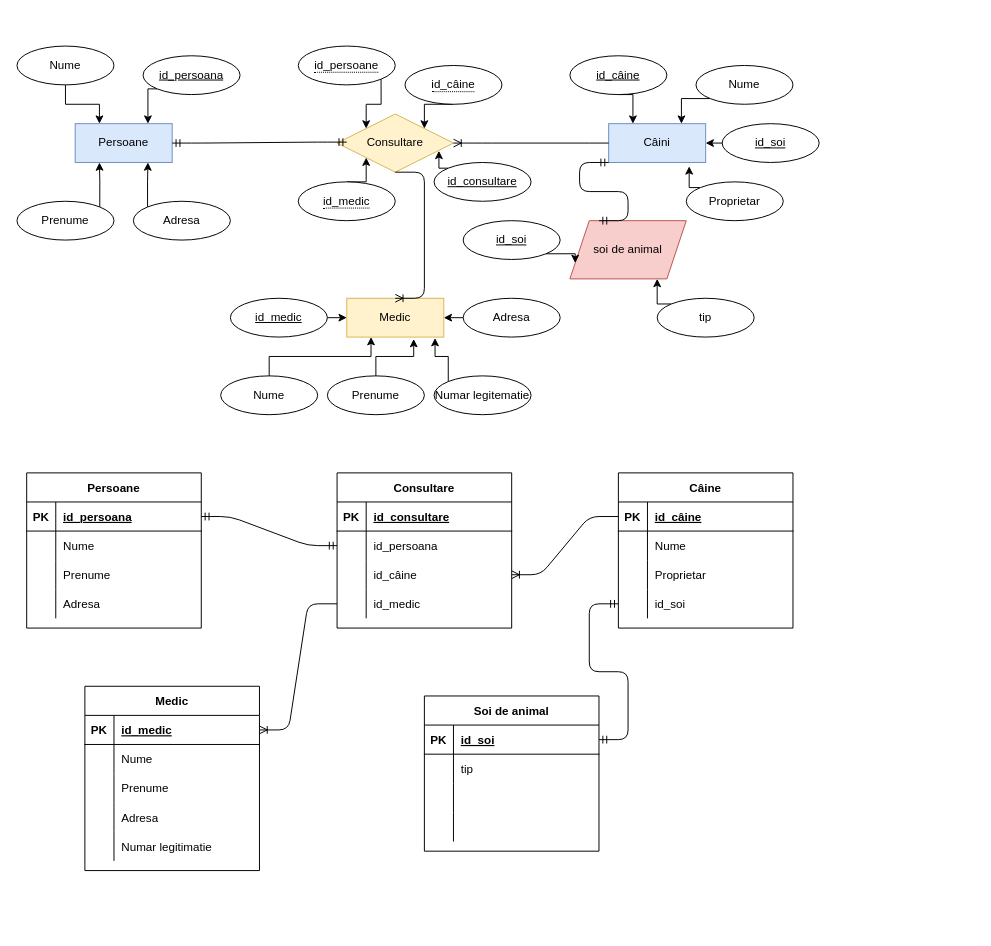
The draw.io diagram Laboratoare/Laborator 1/Ex 3/Ex 3.drawio in 0ndrei/Gestiunea-informa-iei, before the edit. Source tidied: cells renumbered, new cells numbered last; positions are measured from the earlier drawing's top-left corner, leaving out a move shared by most shapes. Both pictures are drawn from the tidied source at 97%, with x=0, y=0 at pixel (16, 46).
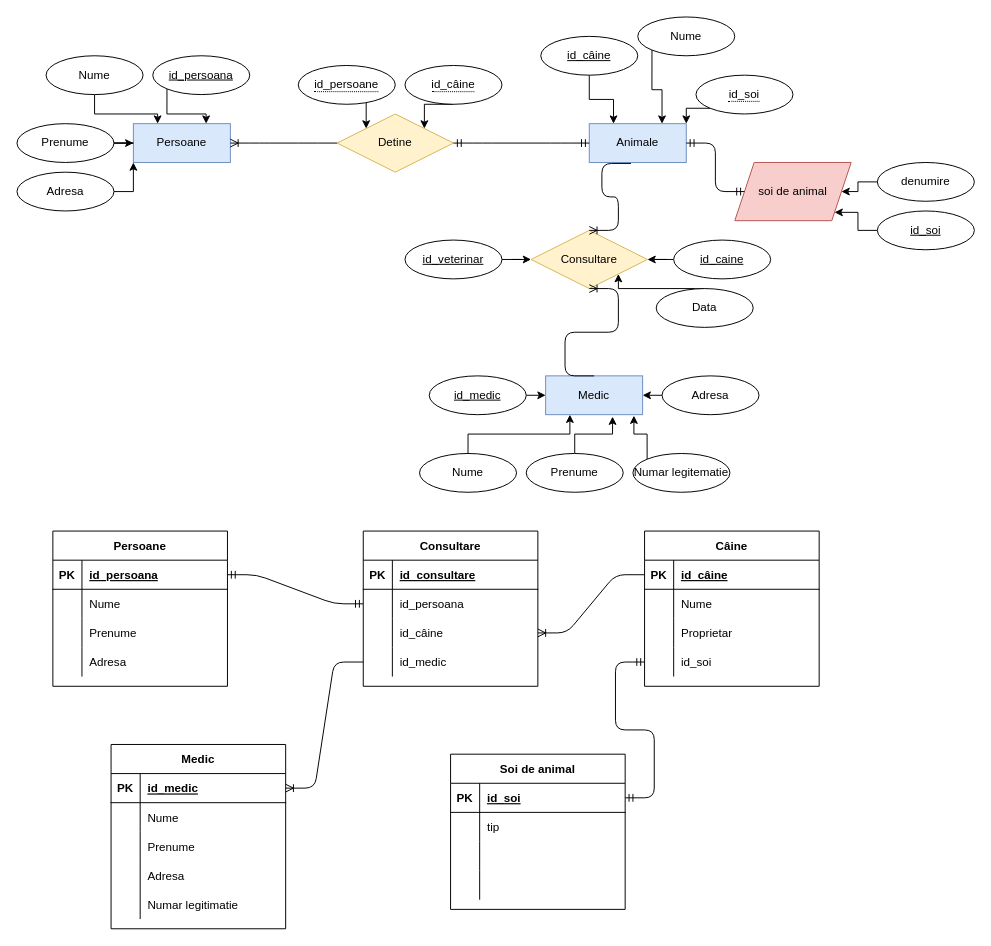
Above is the later version.

Change to the diagram source:
```diff
@@
     <mxCell id="2" value="Persoane" style="whiteSpace=wrap;html=1;align=center;fillColor=#dae8fc;strokeColor=#6c8ebf;" parent="1" vertex="1">
-      <mxGeometry x="60" y="80" width="100" height="40" as="geometry" />
+      <mxGeometry x="120" y="80" width="100" height="40" as="geometry" />
     </mxCell>
-    <mxCell id="3" value="Câini" style="whiteSpace=wrap;html=1;align=center;fillColor=#dae8fc;strokeColor=#6c8ebf;" parent="1" vertex="1">
-      <mxGeometry x="610" y="80" width="100" height="40" as="geometry" />
+    <mxCell id="3" value="Animale" style="whiteSpace=wrap;html=1;align=center;fillColor=#dae8fc;strokeColor=#6c8ebf;" parent="1" vertex="1">
+      <mxGeometry x="590" y="80" width="100" height="40" as="geometry" />
     </mxCell>
@@
     <mxCell id="5" value="id_persoana" style="ellipse;whiteSpace=wrap;html=1;align=center;fontStyle=4;" parent="1" vertex="1">
-      <mxGeometry x="130" y="10" width="100" height="40" as="geometry" />
+      <mxGeometry x="140" y="10" width="100" height="40" as="geometry" />
     </mxCell>
@@
     <mxCell id="7" value="Nume" style="ellipse;whiteSpace=wrap;html=1;align=center;" parent="1" vertex="1">
-      <mxGeometry width="100" height="40" as="geometry" />
+      <mxGeometry x="30" y="10" width="100" height="40" as="geometry" />
     </mxCell>
-    <mxCell id="8" style="edgeStyle=orthogonalEdgeStyle;rounded=0;jettySize=auto;html=1;exitX=1;exitY=0;exitDx=0;exitDy=0;entryX=0.25;entryY=1;entryDx=0;entryDy=0;" parent="1" edge="1" source="9" target="2">
+    <mxCell id="8" style="edgeStyle=orthogonalEdgeStyle;rounded=0;jettySize=auto;html=1;entryX=0;entryY=0.5;entryDx=0;entryDy=0;" parent="1" edge="1" source="9" target="2">
       <mxGeometry relative="1" as="geometry" />
     </mxCell>
     <mxCell id="9" value="Prenume" style="ellipse;whiteSpace=wrap;html=1;align=center;" parent="1" vertex="1">
-      <mxGeometry y="160" width="100" height="40" as="geometry" />
+      <mxGeometry y="80" width="100" height="40" as="geometry" />
     </mxCell>
-    <mxCell id="10" style="edgeStyle=orthogonalEdgeStyle;rounded=0;jettySize=auto;html=1;exitX=0;exitY=0;exitDx=0;exitDy=0;entryX=0.75;entryY=1;entryDx=0;entryDy=0;" parent="1" edge="1" source="11" target="2">
+    <mxCell id="10" style="edgeStyle=orthogonalEdgeStyle;rounded=0;jettySize=auto;html=1;entryX=0;entryY=1;entryDx=0;entryDy=0;" parent="1" edge="1" source="11" target="2">
       <mxGeometry relative="1" as="geometry" />
     </mxCell>
     <mxCell id="11" value="Adresa" style="ellipse;whiteSpace=wrap;html=1;align=center;" parent="1" vertex="1">
-      <mxGeometry x="120" y="160" width="100" height="40" as="geometry" />
+      <mxGeometry y="130" width="100" height="40" as="geometry" />
     </mxCell>
@@
     <mxCell id="13" value="id_câine" style="ellipse;whiteSpace=wrap;html=1;align=center;fontStyle=4;" parent="1" vertex="1">
-      <mxGeometry x="570" y="10" width="100" height="40" as="geometry" />
+      <mxGeometry x="540" y="-10" width="100" height="40" as="geometry" />
     </mxCell>
@@
     <mxCell id="15" value="Nume" style="ellipse;whiteSpace=wrap;html=1;align=center;" parent="1" vertex="1">
-      <mxGeometry x="700" y="20" width="100" height="40" as="geometry" />
+      <mxGeometry x="640" y="-30" width="100" height="40" as="geometry" />
     </mxCell>
-    <mxCell id="16" style="edgeStyle=orthogonalEdgeStyle;rounded=0;jettySize=auto;html=1;exitX=0;exitY=0;exitDx=0;exitDy=0;entryX=0.83;entryY=1.1;entryDx=0;entryDy=0;entryPerimeter=0;" parent="1" edge="1" source="17" target="3">
-      <mxGeometry relative="1" as="geometry" />
-    </mxCell>
-    <mxCell id="17" value="Proprietar" style="ellipse;whiteSpace=wrap;html=1;align=center;" parent="1" vertex="1">
-      <mxGeometry x="690" y="140" width="100" height="40" as="geometry" />
-    </mxCell>
-    <mxCell id="18" value="Medic" style="whiteSpace=wrap;html=1;align=center;fillColor=#fff2cc;strokeColor=#d6b656;" parent="1" vertex="1">
-      <mxGeometry x="340" y="260" width="100" height="40" as="geometry" />
+    <mxCell id="18" value="Medic" style="whiteSpace=wrap;html=1;align=center;fillColor=#dae8fc;strokeColor=#6c8ebf;" parent="1" vertex="1">
+      <mxGeometry x="545" y="340" width="100" height="40" as="geometry" />
     </mxCell>
@@
     <mxCell id="20" value="id_medic" style="ellipse;whiteSpace=wrap;html=1;align=center;fontStyle=4;" parent="1" vertex="1">
-      <mxGeometry x="220" y="260" width="100" height="40" as="geometry" />
+      <mxGeometry x="425" y="340" width="100" height="40" as="geometry" />
     </mxCell>
@@
     <mxCell id="22" value="Prenume" style="ellipse;whiteSpace=wrap;html=1;align=center;" parent="1" vertex="1">
-      <mxGeometry x="320" y="340" width="100" height="40" as="geometry" />
+      <mxGeometry x="525" y="420" width="100" height="40" as="geometry" />
     </mxCell>
@@
     <mxCell id="24" value="Adresa" style="ellipse;whiteSpace=wrap;html=1;align=center;" parent="1" vertex="1">
-      <mxGeometry x="460" y="260" width="100" height="40" as="geometry" />
+      <mxGeometry x="665" y="340" width="100" height="40" as="geometry" />
     </mxCell>
@@
     <mxCell id="26" value="Nume" style="ellipse;whiteSpace=wrap;html=1;align=center;" parent="1" vertex="1">
-      <mxGeometry x="210" y="340" width="100" height="40" as="geometry" />
+      <mxGeometry x="415" y="420" width="100" height="40" as="geometry" />
     </mxCell>
-    <mxCell id="27" value="Consultare" style="shape=rhombus;perimeter=rhombusPerimeter;whiteSpace=wrap;html=1;align=center;fillColor=#fff2cc;strokeColor=#d6b656;" parent="1" vertex="1">
+    <mxCell id="27" value="Detine" style="shape=rhombus;perimeter=rhombusPerimeter;whiteSpace=wrap;html=1;align=center;fillColor=#fff2cc;strokeColor=#d6b656;" parent="1" vertex="1">
       <mxGeometry x="330" y="70" width="120" height="60" as="geometry" />
     </mxCell>
-    <mxCell id="28" style="edgeStyle=entityRelationEdgeStyle;fontSize=12;html=1;endArrow=ERoneToMany;exitX=0;exitY=0.5;exitDx=0;exitDy=0;entryX=1;entryY=0.5;entryDx=0;entryDy=0;" parent="1" edge="1" source="3" target="27">
-      <mxGeometry relative="1" as="geometry" />
-    </mxCell>
-    <mxCell id="29" style="edgeStyle=entityRelationEdgeStyle;fontSize=12;html=1;endArrow=ERmandOne;startArrow=ERmandOne;exitX=1;exitY=0.5;exitDx=0;exitDy=0;" parent="1" edge="1" source="2">
-      <mxGeometry relative="1" as="geometry">
-        <mxPoint x="340" y="99" as="targetPoint" />
-      </mxGeometry>
-    </mxCell>
@@
     <mxCell id="31" value="Numar legitematie" style="ellipse;whiteSpace=wrap;html=1;align=center;" parent="1" vertex="1">
-      <mxGeometry x="430" y="340" width="100" height="40" as="geometry" />
+      <mxGeometry x="635" y="420" width="100" height="40" as="geometry" />
     </mxCell>
-    <mxCell id="32" style="edgeStyle=entityRelationEdgeStyle;fontSize=12;html=1;endArrow=ERoneToMany;entryX=0.5;entryY=0;entryDx=0;entryDy=0;exitX=0.5;exitY=1;exitDx=0;exitDy=0;" parent="1" edge="1" source="27" target="18">
-      <mxGeometry relative="1" as="geometry" />
-    </mxCell>
@@
     <mxCell id="34" value="&lt;span style=&quot;border-bottom: 1px dotted&quot;&gt;id_persoane&lt;/span&gt;" style="ellipse;whiteSpace=wrap;html=1;align=center;" parent="1" vertex="1">
-      <mxGeometry x="290" width="100" height="40" as="geometry" />
+      <mxGeometry x="290" y="20" width="100" height="40" as="geometry" />
     </mxCell>
@@
-    <mxCell id="37" style="edgeStyle=orthogonalEdgeStyle;rounded=0;jettySize=auto;html=1;exitX=0.5;exitY=0;exitDx=0;exitDy=0;entryX=0;entryY=1;entryDx=0;entryDy=0;" parent="1" edge="1" source="38" target="27">
-      <mxGeometry relative="1" as="geometry" />
-    </mxCell>
-    <mxCell id="38" value="&lt;span style=&quot;border-bottom: 1px dotted&quot;&gt;id_medic&lt;/span&gt;" style="ellipse;whiteSpace=wrap;html=1;align=center;" parent="1" vertex="1">
-      <mxGeometry x="290" y="140" width="100" height="40" as="geometry" />
-    </mxCell>
     <mxCell id="39" value="soi de animal" style="shape=parallelogram;perimeter=parallelogramPerimeter;whiteSpace=wrap;html=1;fixedSize=1;fillColor=#f8cecc;strokeColor=#b85450;" parent="1" vertex="1">
-      <mxGeometry x="570" y="180" width="120" height="60" as="geometry" />
+      <mxGeometry x="740" y="120" width="120" height="60" as="geometry" />
     </mxCell>
-    <mxCell id="40" style="edgeStyle=orthogonalEdgeStyle;rounded=0;jettySize=auto;html=1;exitX=1;exitY=1;exitDx=0;exitDy=0;entryX=0;entryY=0.75;entryDx=0;entryDy=0;" parent="1" edge="1" source="41" target="39">
+    <mxCell id="40" style="edgeStyle=orthogonalEdgeStyle;rounded=0;jettySize=auto;html=1;entryX=1;entryY=1;entryDx=0;entryDy=0;" parent="1" edge="1" source="41" target="39">
       <mxGeometry relative="1" as="geometry" />
     </mxCell>
     <mxCell id="41" value="id_soi" style="ellipse;whiteSpace=wrap;html=1;align=center;fontStyle=4;" parent="1" vertex="1">
-      <mxGeometry x="460" y="180" width="100" height="40" as="geometry" />
+      <mxGeometry x="887" y="170" width="100" height="40" as="geometry" />
     </mxCell>
-    <mxCell id="42" style="edgeStyle=orthogonalEdgeStyle;rounded=0;jettySize=auto;html=1;exitX=0;exitY=0;exitDx=0;exitDy=0;entryX=0.75;entryY=1;entryDx=0;entryDy=0;" parent="1" edge="1" source="43" target="39">
+    <mxCell id="42" style="edgeStyle=orthogonalEdgeStyle;rounded=0;jettySize=auto;html=1;entryX=1;entryY=0.5;entryDx=0;entryDy=0;" parent="1" edge="1" source="43" target="39">
       <mxGeometry relative="1" as="geometry" />
     </mxCell>
-    <mxCell id="43" value="tip" style="ellipse;whiteSpace=wrap;html=1;align=center;" parent="1" vertex="1">
-      <mxGeometry x="660" y="260" width="100" height="40" as="geometry" />
+    <mxCell id="43" value="denumire" style="ellipse;whiteSpace=wrap;html=1;align=center;" parent="1" vertex="1">
+      <mxGeometry x="887" y="120" width="100" height="40" as="geometry" />
     </mxCell>
-    <mxCell id="44" style="edgeStyle=orthogonalEdgeStyle;rounded=0;jettySize=auto;html=1;exitX=0;exitY=0.5;exitDx=0;exitDy=0;entryX=1;entryY=0.5;entryDx=0;entryDy=0;" parent="1" edge="1" source="45" target="3">
-      <mxGeometry relative="1" as="geometry" />
-    </mxCell>
-    <mxCell id="45" value="id_soi" style="ellipse;whiteSpace=wrap;html=1;align=center;fontStyle=4;" parent="1" vertex="1">
-      <mxGeometry x="727" y="80" width="100" height="40" as="geometry" />
-    </mxCell>
-    <mxCell id="46" style="edgeStyle=entityRelationEdgeStyle;fontSize=12;html=1;endArrow=ERmandOne;startArrow=ERmandOne;entryX=0;entryY=1;entryDx=0;entryDy=0;exitX=0.25;exitY=0;exitDx=0;exitDy=0;" parent="1" edge="1" source="39" target="3">
+    <mxCell id="46" style="edgeStyle=entityRelationEdgeStyle;fontSize=12;html=1;endArrow=ERmandOne;startArrow=ERmandOne;entryX=1;entryY=0.5;entryDx=0;entryDy=0;exitX=0;exitY=0.5;exitDx=0;exitDy=0;" parent="1" edge="1" source="39" target="3">
       <mxGeometry relative="1" as="geometry" />
     </mxCell>
     <mxCell id="47" value="Persoane" style="shape=table;startSize=30;childLayout=tableLayout;rowLines=0;fontStyle=1;align=center;" parent="1" vertex="1">
-      <mxGeometry x="10" y="440" width="180" height="160" as="geometry" />
+      <mxGeometry x="37" y="500" width="180" height="160" as="geometry" />
     </mxCell>
@@
     <mxCell id="60" value="Consultare" style="shape=table;startSize=30;childLayout=tableLayout;rowLines=0;fontStyle=1;align=center;" parent="1" vertex="1">
-      <mxGeometry x="330" y="440" width="180" height="160" as="geometry" />
+      <mxGeometry x="357" y="500" width="180" height="160" as="geometry" />
     </mxCell>
@@
     <mxCell id="73" value="Câine" style="shape=table;startSize=30;childLayout=tableLayout;rowLines=0;fontStyle=1;align=center;" parent="1" vertex="1">
-      <mxGeometry x="620" y="440" width="180" height="160" as="geometry" />
+      <mxGeometry x="647" y="500" width="180" height="160" as="geometry" />
     </mxCell>
@@
     <mxCell id="86" value="Medic" style="shape=table;startSize=30;childLayout=tableLayout;rowLines=0;fontStyle=1;align=center;" parent="1" vertex="1">
-      <mxGeometry x="70" y="660" width="180" height="190" as="geometry" />
+      <mxGeometry x="97" y="720" width="180" height="190" as="geometry" />
     </mxCell>
@@
     <mxCell id="102" value="Soi de animal" style="shape=table;startSize=30;childLayout=tableLayout;rowLines=0;fontStyle=1;align=center;" parent="1" vertex="1">
-      <mxGeometry x="420" y="670" width="180" height="160" as="geometry" />
+      <mxGeometry x="447" y="730" width="180" height="160" as="geometry" />
     </mxCell>
@@
-    <mxCell id="115" style="edgeStyle=orthogonalEdgeStyle;rounded=0;jettySize=auto;html=1;exitX=0;exitY=0;exitDx=0;exitDy=0;entryX=0.875;entryY=0.633;entryDx=0;entryDy=0;entryPerimeter=0;" parent="1" edge="1" source="116" target="27">
-      <mxGeometry relative="1" as="geometry" />
-    </mxCell>
-    <mxCell id="116" value="id_consultare" style="ellipse;whiteSpace=wrap;html=1;align=center;fontStyle=4;" parent="1" vertex="1">
-      <mxGeometry x="430" y="120" width="100" height="40" as="geometry" />
-    </mxCell>
@@
+    <mxCell id="121" value="Consultare" style="shape=rhombus;perimeter=rhombusPerimeter;whiteSpace=wrap;html=1;align=center;fillColor=#fff2cc;strokeColor=#d6b656;" parent="1" vertex="1">
+      <mxGeometry x="530" y="190" width="120" height="60" as="geometry" />
+    </mxCell>
+    <mxCell id="122" style="edgeStyle=orthogonalEdgeStyle;rounded=0;jettySize=auto;html=1;entryX=0;entryY=0.5;entryDx=0;entryDy=0;" parent="1" edge="1" source="123" target="121">
+      <mxGeometry relative="1" as="geometry" />
+    </mxCell>
+    <mxCell id="123" value="id_veterinar" style="ellipse;whiteSpace=wrap;html=1;align=center;fontStyle=4;" parent="1" vertex="1">
+      <mxGeometry x="400" y="200" width="100" height="40" as="geometry" />
+    </mxCell>
+    <mxCell id="124" style="edgeStyle=orthogonalEdgeStyle;rounded=0;jettySize=auto;html=1;entryX=1;entryY=0.5;entryDx=0;entryDy=0;" parent="1" edge="1" source="125" target="121">
+      <mxGeometry relative="1" as="geometry" />
+    </mxCell>
+    <mxCell id="125" value="id_caine" style="ellipse;whiteSpace=wrap;html=1;align=center;fontStyle=4;" parent="1" vertex="1">
+      <mxGeometry x="677" y="200" width="100" height="40" as="geometry" />
+    </mxCell>
+    <mxCell id="126" style="edgeStyle=orthogonalEdgeStyle;rounded=0;jettySize=auto;html=1;entryX=1;entryY=1;entryDx=0;entryDy=0;" parent="1" edge="1" source="127" target="121">
+      <mxGeometry relative="1" as="geometry">
+        <Array as="points">
+          <mxPoint x="620" y="250" />
+        </Array>
+      </mxGeometry>
+    </mxCell>
+    <mxCell id="127" value="Data" style="ellipse;whiteSpace=wrap;html=1;align=center;" parent="1" vertex="1">
+      <mxGeometry x="659" y="250" width="100" height="40" as="geometry" />
+    </mxCell>
+    <mxCell id="128" style="edgeStyle=entityRelationEdgeStyle;fontSize=12;html=1;endArrow=ERoneToMany;entryX=0.5;entryY=0;entryDx=0;entryDy=0;exitX=0.43;exitY=1.025;exitDx=0;exitDy=0;exitPerimeter=0;" parent="1" edge="1" source="3" target="121">
+      <mxGeometry relative="1" as="geometry" />
+    </mxCell>
+    <mxCell id="129" style="edgeStyle=entityRelationEdgeStyle;fontSize=12;html=1;endArrow=ERoneToMany;exitX=0.5;exitY=0;exitDx=0;exitDy=0;entryX=0.5;entryY=1;entryDx=0;entryDy=0;" parent="1" edge="1" source="18" target="121">
+      <mxGeometry relative="1" as="geometry" />
+    </mxCell>
+    <mxCell id="44" style="edgeStyle=orthogonalEdgeStyle;rounded=0;jettySize=auto;html=1;exitX=0;exitY=1;exitDx=0;exitDy=0;entryX=1;entryY=0;entryDx=0;entryDy=0;" parent="1" edge="1" source="45" target="3">
+      <mxGeometry relative="1" as="geometry" />
+    </mxCell>
+    <mxCell id="45" value="&lt;span style=&quot;border-bottom: 1px dotted&quot;&gt;id_soi&lt;br&gt;&lt;/span&gt;" style="ellipse;whiteSpace=wrap;html=1;align=center;" parent="1" vertex="1">
+      <mxGeometry x="700" y="30" width="100" height="40" as="geometry" />
+    </mxCell>
+    <mxCell id="130" style="edgeStyle=entityRelationEdgeStyle;fontSize=12;html=1;endArrow=ERoneToMany;entryX=1;entryY=0.5;entryDx=0;entryDy=0;exitX=0;exitY=0.5;exitDx=0;exitDy=0;" parent="1" edge="1" source="27" target="2">
+      <mxGeometry relative="1" as="geometry" />
+    </mxCell>
+    <mxCell id="131" style="edgeStyle=entityRelationEdgeStyle;fontSize=12;html=1;endArrow=ERmandOne;startArrow=ERmandOne;entryX=0;entryY=0.5;entryDx=0;entryDy=0;exitX=1;exitY=0.5;exitDx=0;exitDy=0;" parent="1" edge="1" source="27" target="3">
+      <mxGeometry relative="1" as="geometry" />
+    </mxCell>
```
